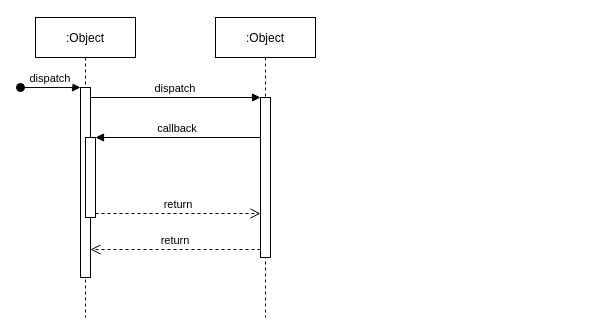
Before: Untitled Diagram.drawio in SYSHIL/C-programs-, a draw.io diagram. Source tidied: cells renumbered, new cells numbered last; positions are measured from the earlier drawing's top-left corner, leaving out a move shared by most shapes. Both pictures are drawn from the tidied source at 100%, with x=0, y=0 at pixel (20, 17).
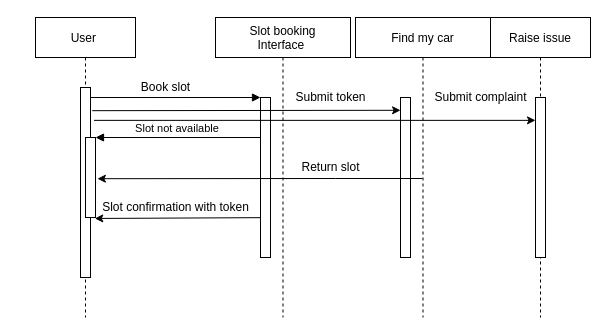
The same diagram, later.

Unchanged cells that the change refers to:
```xml
<mxCell id="3" style="points=[];perimeter=orthogonalPerimeter;rounded=0;shadow=0;strokeWidth=1;" parent="2" vertex="1">
  <mxGeometry x="45" y="70" width="10" height="190" as="geometry" />
</mxCell>
<mxCell id="5" style="points=[];perimeter=orthogonalPerimeter;rounded=0;shadow=0;strokeWidth=1;" parent="2" vertex="1">
  <mxGeometry x="50" y="120" width="10" height="80" as="geometry" />
</mxCell>
<mxCell id="7" style="points=[];perimeter=orthogonalPerimeter;rounded=0;shadow=0;strokeWidth=1;" parent="6" vertex="1">
  <mxGeometry x="45" y="80" width="10" height="160" as="geometry" />
</mxCell>
```

What changed in the source:
```diff
@@
-    <mxCell id="2" value=":Object" style="shape=umlLifeline;perimeter=lifelinePerimeter;rounded=0;shadow=0;strokeWidth=1;" parent="1" vertex="1">
+    <mxCell id="2" value="User " style="shape=umlLifeline;perimeter=lifelinePerimeter;rounded=0;shadow=0;strokeWidth=1;" parent="1" vertex="1">
       <mxGeometry x="15" width="100" height="300" as="geometry" />
     </mxCell>
@@
-    <mxCell id="4" value="dispatch" style="verticalAlign=bottom;startArrow=oval;endArrow=block;startSize=8;shadow=0;strokeWidth=1;" parent="2" edge="1" target="3">
-      <mxGeometry relative="1" as="geometry">
-        <mxPoint x="-15" y="70" as="sourcePoint" />
-      </mxGeometry>
-    </mxCell>
@@
-    <mxCell id="6" value=":Object" style="shape=umlLifeline;perimeter=lifelinePerimeter;rounded=0;shadow=0;strokeWidth=1;" parent="1" vertex="1">
-      <mxGeometry x="195" width="100" height="300" as="geometry" />
+    <mxCell id="6" value="Slot booking &#10;Interface " style="shape=umlLifeline;perimeter=lifelinePerimeter;rounded=0;shadow=0;strokeWidth=1;" parent="1" vertex="1">
+      <mxGeometry x="195" width="135" height="300" as="geometry" />
     </mxCell>
@@
-    <mxCell id="8" value="return" style="verticalAlign=bottom;endArrow=open;dashed=1;endSize=8;exitX=0;exitY=0.95;shadow=0;strokeWidth=1;" parent="1" edge="1" source="7" target="3">
-      <mxGeometry relative="1" as="geometry" />
-    </mxCell>
-    <mxCell id="9" value="dispatch" style="verticalAlign=bottom;endArrow=block;entryX=0;entryY=0;shadow=0;strokeWidth=1;" parent="1" edge="1" source="3" target="7">
+    <mxCell id="9" style="verticalAlign=bottom;endArrow=block;entryX=0;entryY=0;shadow=0;strokeWidth=1;" parent="1" edge="1" source="3" target="7">
       <mxGeometry relative="1" as="geometry" />
     </mxCell>
-    <mxCell id="10" value="callback" style="verticalAlign=bottom;endArrow=block;entryX=1;entryY=0;shadow=0;strokeWidth=1;" parent="1" edge="1" source="7" target="5">
+    <mxCell id="10" value="Slot not available" style="verticalAlign=bottom;endArrow=block;entryX=1;entryY=0;shadow=0;strokeWidth=1;" parent="1" edge="1" source="7" target="5">
       <mxGeometry relative="1" as="geometry" />
     </mxCell>
-    <mxCell id="11" value="return" style="verticalAlign=bottom;endArrow=open;dashed=1;endSize=8;exitX=1;exitY=0.95;shadow=0;strokeWidth=1;" parent="1" edge="1" source="5" target="7">
-      <mxGeometry relative="1" as="geometry" />
-    </mxCell>
+    <mxCell id="12" value="Book slot" style="text;html=1;align=center;verticalAlign=middle;strokeColor=none;fillColor=none;" parent="1" vertex="1">
+      <mxGeometry x="115" y="60" width="60" height="20" as="geometry" />
+    </mxCell>
+    <mxCell id="13" style="endArrow=classic;html=1;rounded=0;exitX=-0.049;exitY=0.751;exitDx=0;exitDy=0;exitPerimeter=0;entryX=0.932;entryY=1.012;entryDx=0;entryDy=0;entryPerimeter=0;" parent="1" edge="1" source="7" target="5">
+      <mxGeometry relative="1" as="geometry" />
+    </mxCell>
+    <mxCell id="14" value="Slot confirmation with token" style="text;html=1;align=center;verticalAlign=middle;strokeColor=none;fillColor=none;" parent="1" vertex="1">
+      <mxGeometry x="75" y="180" width="160" height="20" as="geometry" />
+    </mxCell>
+    <mxCell id="15" value="Find my car" style="shape=umlLifeline;perimeter=lifelinePerimeter;rounded=0;shadow=0;strokeWidth=1;" parent="1" vertex="1">
+      <mxGeometry x="335" width="135" height="300" as="geometry" />
+    </mxCell>
+    <mxCell id="16" style="points=[];perimeter=orthogonalPerimeter;rounded=0;shadow=0;strokeWidth=1;" parent="15" vertex="1">
+      <mxGeometry x="45" y="80" width="10" height="160" as="geometry" />
+    </mxCell>
+    <mxCell id="17" style="endArrow=classic;html=1;rounded=0;exitX=1.173;exitY=0.122;exitDx=0;exitDy=0;exitPerimeter=0;entryX=0.005;entryY=0.08;entryDx=0;entryDy=0;entryPerimeter=0;" parent="1" edge="1" source="3" target="16">
+      <mxGeometry relative="1" as="geometry" />
+    </mxCell>
+    <mxCell id="18" value="Submit token" style="text;html=1;align=center;verticalAlign=middle;strokeColor=none;fillColor=none;" parent="1" vertex="1">
+      <mxGeometry x="265" y="70" width="90" height="20" as="geometry" />
+    </mxCell>
+    <mxCell id="19" style="endArrow=classic;html=1;rounded=0;entryX=1.192;entryY=0.515;entryDx=0;entryDy=0;entryPerimeter=0;" parent="1" edge="1" source="15" target="5">
+      <mxGeometry relative="1" as="geometry">
+        <Array as="points">
+          <mxPoint x="315" y="161" />
+        </Array>
+      </mxGeometry>
+    </mxCell>
+    <mxCell id="20" value="Return slot" style="text;html=1;align=center;verticalAlign=middle;strokeColor=none;fillColor=none;" parent="1" vertex="1">
+      <mxGeometry x="275" y="140" width="70" height="20" as="geometry" />
+    </mxCell>
+    <mxCell id="21" value="Raise issue" style="shape=umlLifeline;perimeter=lifelinePerimeter;rounded=0;shadow=0;strokeWidth=1;" parent="1" vertex="1">
+      <mxGeometry x="470" width="100" height="300" as="geometry" />
+    </mxCell>
+    <mxCell id="22" style="points=[];perimeter=orthogonalPerimeter;rounded=0;shadow=0;strokeWidth=1;" parent="21" vertex="1">
+      <mxGeometry x="45" y="80" width="10" height="160" as="geometry" />
+    </mxCell>
+    <mxCell id="23" value="Submit complaint" style="text;html=1;align=center;verticalAlign=middle;strokeColor=none;fillColor=none;" parent="21" vertex="1">
+      <mxGeometry x="-65" y="70" width="110" height="20" as="geometry" />
+    </mxCell>
+    <mxCell id="24" style="endArrow=classic;html=1;rounded=0;exitX=1.346;exitY=0.173;exitDx=0;exitDy=0;exitPerimeter=0;" parent="1" edge="1" source="3" target="22">
+      <mxGeometry relative="1" as="geometry" />
+    </mxCell>
```
